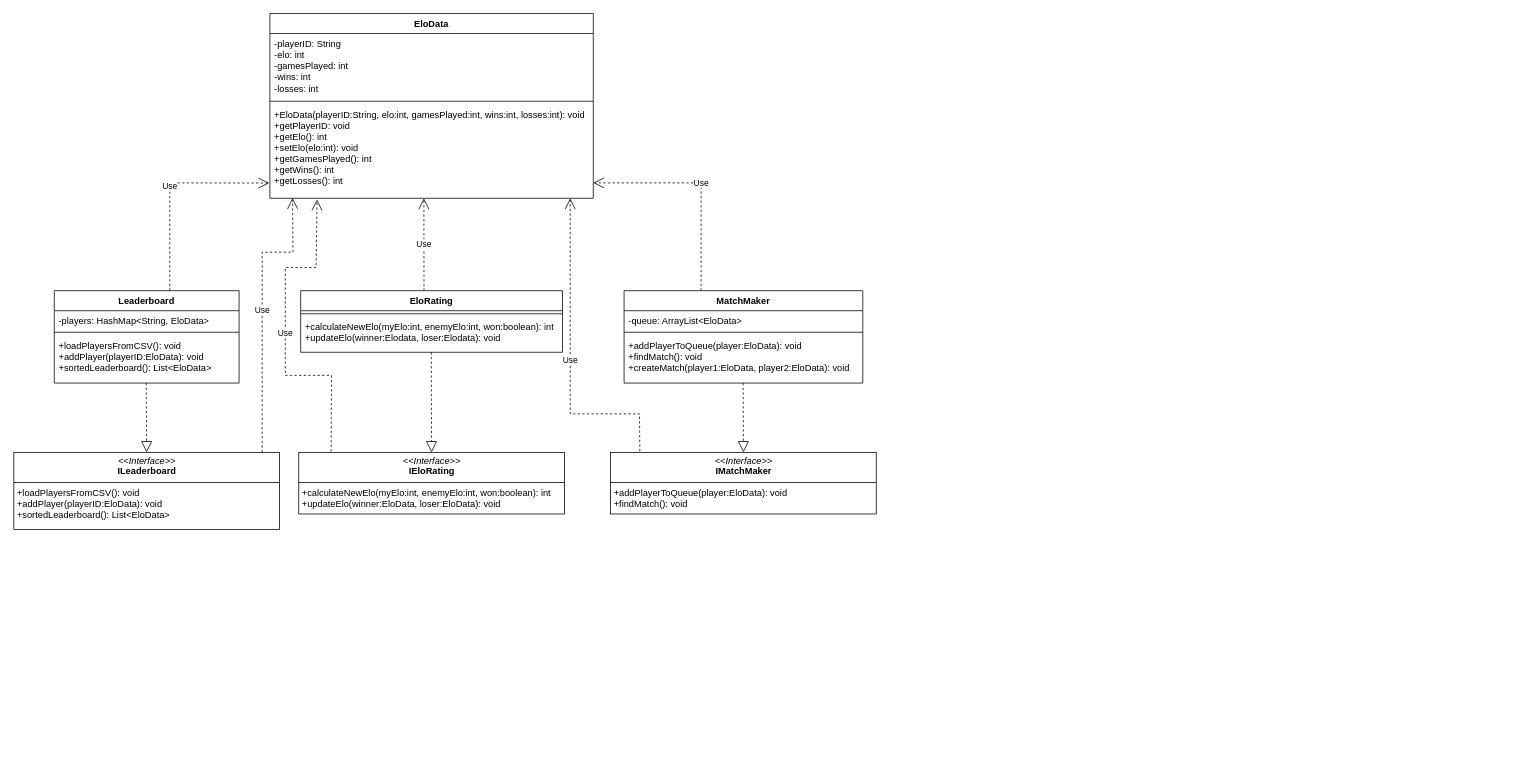
The draw.io diagram Class Diagrams/class_diagram_leaderboard.drawio in aeMyst/Minigame-Portal, before the edit. Source tidied: cells renumbered, new cells numbered last; positions are measured from the earlier drawing's top-left corner, leaving out a move shared by most shapes. Both pictures are drawn from the tidied source at 77%, with x=0, y=0 at pixel (14, 13).
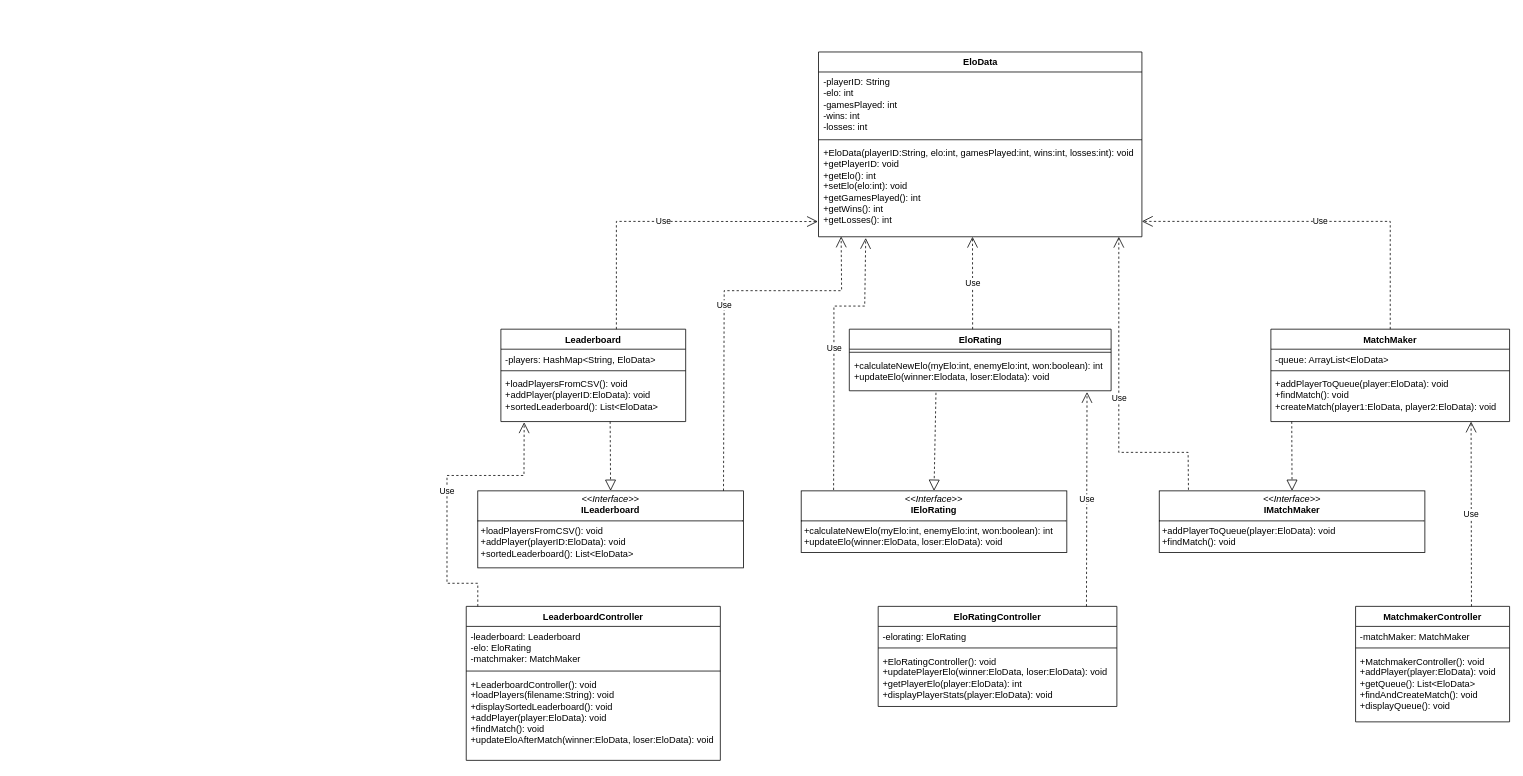
The same page after the edit.

Commit message (it also covers changes not shown here):
added 3 controller classes to class diagram for leaderboard branch

Unchanged cells that the change refers to:
```xml
<mxCell id="5" value="+EloData(playerID:String, elo:int, gamesPlayed:int, wins:int, losses:int): void&amp;nbsp;&lt;div&gt;+getPlayerID: void&amp;nbsp;&lt;/div&gt;&lt;div&gt;+getElo(): int&amp;nbsp;&lt;/div&gt;&lt;div&gt;+setElo(elo:int): void&amp;nbsp;&lt;/div&gt;&lt;div&gt;+getGamesPlayed(): int&amp;nbsp;&lt;/div&gt;&lt;div&gt;+getWins(): int&amp;nbsp;&lt;/div&gt;&lt;div&gt;+getLosses(): int &amp;nbsp;&lt;/div&gt;" style="text;strokeColor=none;fillColor=none;align=left;verticalAlign=top;spacingLeft=4;spacingRight=4;overflow=hidden;points=[[0,0.5],[1,0.5]];portConstraint=eastwest;whiteSpace=wrap;html=1;" parent="2" vertex="1">
  <mxGeometry y="118" width="420" height="122" as="geometry" />
</mxCell>
<mxCell id="8" value="+calculateNewElo(myElo:int, enemyElo:int, won:boolean): int&lt;div&gt;+updateElo(winner:Elodata, loser:Elodata): void&lt;/div&gt;" style="text;strokeColor=none;fillColor=none;align=left;verticalAlign=top;spacingLeft=4;spacingRight=4;overflow=hidden;points=[[0,0.5],[1,0.5]];portConstraint=eastwest;whiteSpace=wrap;html=1;" parent="6" vertex="1">
  <mxGeometry y="34" width="340" height="46" as="geometry" />
</mxCell>
<mxCell id="12" value="+loadPlayersFromCSV(): void&amp;nbsp;&lt;div&gt;+addPlayer(playerID:EloData): void&amp;nbsp;&lt;/div&gt;&lt;div&gt;+sortedLeaderboard(): List&amp;lt;EloData&amp;gt;&amp;nbsp;&lt;/div&gt;" style="text;strokeColor=none;fillColor=none;align=left;verticalAlign=top;spacingLeft=4;spacingRight=4;overflow=hidden;points=[[0,0.5],[1,0.5]];portConstraint=eastwest;whiteSpace=wrap;html=1;" parent="9" vertex="1">
  <mxGeometry y="58" width="240" height="62" as="geometry" />
</mxCell>
```

Change to the diagram source:
```diff
@@
     <mxCell id="2" value="EloData" style="swimlane;fontStyle=1;align=center;verticalAlign=top;horizontal=1;startSize=26;whiteSpace=wrap;html=1;" parent="1" vertex="1">
-      <mxGeometry x="332" width="420" height="240" as="geometry" />
+      <mxGeometry x="1044.5" y="50" width="420" height="240" as="geometry" />
     </mxCell>
@@
     <mxCell id="6" value="EloRating" style="swimlane;fontStyle=1;align=center;verticalAlign=top;horizontal=1;startSize=26;whiteSpace=wrap;html=1;" parent="1" vertex="1">
-      <mxGeometry x="372" y="360" width="340" height="80" as="geometry" />
+      <mxGeometry x="1084.5" y="410" width="340" height="80" as="geometry" />
     </mxCell>
@@
     <mxCell id="9" value="Leaderboard" style="swimlane;fontStyle=1;align=center;verticalAlign=top;horizontal=1;startSize=26;whiteSpace=wrap;html=1;" parent="1" vertex="1">
-      <mxGeometry x="52" y="360" width="240" height="120" as="geometry" />
+      <mxGeometry x="632" y="410" width="240" height="120" as="geometry" />
     </mxCell>
@@
     <mxCell id="13" value="MatchMaker" style="swimlane;fontStyle=1;align=center;verticalAlign=top;horizontal=1;startSize=26;whiteSpace=wrap;html=1;" parent="1" vertex="1">
-      <mxGeometry x="792" y="360" width="310" height="120" as="geometry" />
+      <mxGeometry x="1632" y="410" width="310" height="120" as="geometry" />
     </mxCell>
@@
     <mxCell id="17" value="&lt;p style=&quot;margin:0px;margin-top:4px;text-align:center;&quot;&gt;&lt;i&gt;&amp;lt;&amp;lt;Interface&amp;gt;&amp;gt;&lt;/i&gt;&lt;br&gt;&lt;b&gt;IEloRating&lt;/b&gt;&lt;/p&gt;&lt;hr size=&quot;1&quot; style=&quot;border-style:solid;&quot;&gt;&lt;p style=&quot;margin:0px;margin-left:4px;&quot;&gt;&lt;/p&gt;&lt;p style=&quot;margin:0px;margin-left:4px;&quot;&gt;+calculateNewElo(myElo:int, enemyElo:int, won:boolean): int&lt;/p&gt;&lt;p style=&quot;margin:0px;margin-left:4px;&quot;&gt;+updateElo(winner:EloData, loser:EloData): void&lt;/p&gt;" style="verticalAlign=top;align=left;overflow=fill;html=1;whiteSpace=wrap;" parent="1" vertex="1">
-      <mxGeometry x="369.5" y="570" width="345" height="80" as="geometry" />
+      <mxGeometry x="1022" y="620" width="345" height="80" as="geometry" />
     </mxCell>
     <mxCell id="18" value="&lt;p style=&quot;margin:0px;margin-top:4px;text-align:center;&quot;&gt;&lt;i&gt;&amp;lt;&amp;lt;Interface&amp;gt;&amp;gt;&lt;/i&gt;&lt;br&gt;&lt;b&gt;IMatchMaker&lt;/b&gt;&lt;/p&gt;&lt;hr size=&quot;1&quot; style=&quot;border-style:solid;&quot;&gt;&lt;p style=&quot;margin:0px;margin-left:4px;&quot;&gt;&lt;/p&gt;&lt;p style=&quot;margin:0px;margin-left:4px;&quot;&gt;+addPlayerToQueue(player:EloData): void&amp;nbsp;&lt;/p&gt;&lt;p style=&quot;margin:0px;margin-left:4px;&quot;&gt;+findMatch(): void&amp;nbsp;&lt;/p&gt;" style="verticalAlign=top;align=left;overflow=fill;html=1;whiteSpace=wrap;" parent="1" vertex="1">
-      <mxGeometry x="774.5" y="570" width="345" height="80" as="geometry" />
+      <mxGeometry x="1487" y="620" width="345" height="80" as="geometry" />
     </mxCell>
     <mxCell id="19" value="&lt;p style=&quot;margin:0px;margin-top:4px;text-align:center;&quot;&gt;&lt;i&gt;&amp;lt;&amp;lt;Interface&amp;gt;&amp;gt;&lt;/i&gt;&lt;br&gt;&lt;b&gt;ILeaderboard&lt;/b&gt;&lt;/p&gt;&lt;hr size=&quot;1&quot; style=&quot;border-style:solid;&quot;&gt;&lt;p style=&quot;margin:0px;margin-left:4px;&quot;&gt;&lt;/p&gt;&lt;p style=&quot;margin:0px;margin-left:4px;&quot;&gt;+loadPlayersFromCSV(): void&amp;nbsp;&lt;/p&gt;&lt;p style=&quot;margin:0px;margin-left:4px;&quot;&gt;+addPlayer(playerID:EloData): void&amp;nbsp;&lt;/p&gt;&lt;p style=&quot;margin:0px;margin-left:4px;&quot;&gt;+sortedLeaderboard(): List&amp;lt;EloData&amp;gt;&lt;/p&gt;" style="verticalAlign=top;align=left;overflow=fill;html=1;whiteSpace=wrap;" parent="1" vertex="1">
-      <mxGeometry x="-0.5" y="570" width="345" height="100" as="geometry" />
+      <mxGeometry x="602" y="620" width="345" height="100" as="geometry" />
     </mxCell>
     <mxCell id="20" style="endArrow=block;dashed=1;endFill=0;endSize=12;html=1;rounded=0;entryX=0.5;entryY=0;entryDx=0;entryDy=0;" parent="1" edge="1" target="19">
       <mxGeometry relative="1" as="geometry">
-        <mxPoint x="171.4" y="480" as="sourcePoint" />
+        <mxPoint x="773.9" y="530" as="sourcePoint" />
       </mxGeometry>
     </mxCell>
-    <mxCell id="21" style="endArrow=block;dashed=1;endFill=0;endSize=12;html=1;rounded=0;entryX=0.5;entryY=0;entryDx=0;entryDy=0;" parent="1" edge="1" target="17">
-      <mxGeometry relative="1" as="geometry">
-        <mxPoint x="541.6" y="440" as="sourcePoint" />
-      </mxGeometry>
+    <mxCell id="21" style="endArrow=block;dashed=1;endFill=0;endSize=12;html=1;rounded=0;entryX=0.5;entryY=0;entryDx=0;entryDy=0;exitX=0.331;exitY=1.056;exitDx=0;exitDy=0;exitPerimeter=0;" parent="1" edge="1" source="8" target="17">
+      <mxGeometry relative="1" as="geometry" />
     </mxCell>
     <mxCell id="22" style="endArrow=block;dashed=1;endFill=0;endSize=12;html=1;rounded=0;entryX=0.5;entryY=0;entryDx=0;entryDy=0;" parent="1" edge="1" target="18">
       <mxGeometry relative="1" as="geometry">
-        <mxPoint x="946.6" y="480" as="sourcePoint" />
+        <mxPoint x="1659.1" y="530" as="sourcePoint" />
       </mxGeometry>
     </mxCell>
     <mxCell id="23" value="Use" style="endArrow=open;endSize=12;dashed=1;html=1;rounded=0;exitX=0.625;exitY=0;exitDx=0;exitDy=0;exitPerimeter=0;entryX=-0.002;entryY=0.838;entryDx=0;entryDy=0;entryPerimeter=0;" parent="1" edge="1" source="9" target="5">
       <mxGeometry relative="1" as="geometry">
         <Array as="points">
-          <mxPoint x="202" y="220" />
+          <mxPoint x="782" y="270" />
         </Array>
       </mxGeometry>
     </mxCell>
     <mxCell id="24" value="Use" style="endArrow=open;endSize=12;dashed=1;html=1;rounded=0;exitX=0.471;exitY=0;exitDx=0;exitDy=0;exitPerimeter=0;" parent="1" edge="1" source="6">
       <mxGeometry relative="1" as="geometry">
-        <mxPoint x="532" y="240" as="targetPoint" />
+        <mxPoint x="1244.5" y="290" as="targetPoint" />
       </mxGeometry>
     </mxCell>
-    <mxCell id="25" value="Use" style="endArrow=open;endSize=12;dashed=1;html=1;rounded=0;exitX=0.625;exitY=0;exitDx=0;exitDy=0;exitPerimeter=0;" parent="1" edge="1">
+    <mxCell id="25" value="Use" style="endArrow=open;endSize=12;dashed=1;html=1;rounded=0;exitX=0.5;exitY=0;exitDx=0;exitDy=0;" parent="1" edge="1" source="13">
       <mxGeometry relative="1" as="geometry">
-        <mxPoint x="892" y="360" as="sourcePoint" />
-        <mxPoint x="752" y="220" as="targetPoint" />
+        <mxPoint x="1464.5" y="270" as="targetPoint" />
         <Array as="points">
-          <mxPoint x="892" y="220" />
+          <mxPoint x="1787" y="270" />
         </Array>
       </mxGeometry>
     </mxCell>
-    <mxCell id="26" value="Use" style="endArrow=open;endSize=12;dashed=1;html=1;rounded=0;entryX=0.07;entryY=0.997;entryDx=0;entryDy=0;entryPerimeter=0;" parent="1" edge="1" target="5">
+    <mxCell id="26" value="Use" style="endArrow=open;endSize=12;dashed=1;html=1;rounded=0;entryX=0.07;entryY=0.997;entryDx=0;entryDy=0;entryPerimeter=0;exitX=0.925;exitY=-0.001;exitDx=0;exitDy=0;exitPerimeter=0;" parent="1" edge="1" source="19" target="5">
       <mxGeometry relative="1" as="geometry">
-        <mxPoint x="322" y="570" as="sourcePoint" />
         <Array as="points">
-          <mxPoint x="322" y="310" />
-          <mxPoint x="362" y="310" />
+          <mxPoint x="922" y="360" />
+          <mxPoint x="1074.5" y="360" />
         </Array>
       </mxGeometry>
     </mxCell>
     <mxCell id="27" value="Use" style="endArrow=open;endSize=12;dashed=1;html=1;rounded=0;exitX=0.11;exitY=-0.017;exitDx=0;exitDy=0;exitPerimeter=0;" parent="1" edge="1" source="18">
       <mxGeometry relative="1" as="geometry">
-        <mxPoint x="722" y="240" as="targetPoint" />
+        <mxPoint x="1434.5" y="290" as="targetPoint" />
         <Array as="points">
-          <mxPoint x="812" y="520" />
-          <mxPoint x="722" y="520" />
+          <mxPoint x="1524.5" y="570" />
+          <mxPoint x="1434.5" y="570" />
         </Array>
       </mxGeometry>
     </mxCell>
     <mxCell id="28" value="Use" style="endArrow=open;endSize=12;dashed=1;html=1;rounded=0;entryX=0.146;entryY=1.013;entryDx=0;entryDy=0;entryPerimeter=0;exitX=0.122;exitY=-0.014;exitDx=0;exitDy=0;exitPerimeter=0;" parent="1" edge="1" source="17" target="5">
       <mxGeometry relative="1" as="geometry">
         <Array as="points">
-          <mxPoint x="412" y="470" />
-          <mxPoint x="352" y="470" />
-          <mxPoint x="352" y="330" />
-          <mxPoint x="392" y="330" />
+          <mxPoint x="1064.5" y="520" />
+          <mxPoint x="1064.5" y="380" />
+          <mxPoint x="1104.5" y="380" />
         </Array>
       </mxGeometry>
     </mxCell>
+    <mxCell id="29" value="EloRatingController" style="swimlane;fontStyle=1;align=center;verticalAlign=top;horizontal=1;startSize=26;whiteSpace=wrap;html=1;" parent="1" vertex="1">
+      <mxGeometry x="1122" y="770" width="310" height="130" as="geometry" />
+    </mxCell>
+    <mxCell id="30" value="-elorating: EloRating" style="text;strokeColor=none;fillColor=none;align=left;verticalAlign=top;spacingLeft=4;spacingRight=4;overflow=hidden;whiteSpace=wrap;html=1;" parent="29" vertex="1">
+      <mxGeometry y="26" width="310" height="24" as="geometry" />
+    </mxCell>
+    <mxCell id="31" style="line;strokeWidth=1;fillColor=none;align=left;verticalAlign=middle;spacingTop=-1;spacingLeft=3;spacingRight=3;labelPosition=right;strokeColor=inherit;" parent="29" vertex="1">
+      <mxGeometry y="50" width="310" height="8" as="geometry" />
+    </mxCell>
+    <mxCell id="32" value="+EloRatingController(): void&amp;nbsp;&lt;div&gt;+updatePlayerElo(winner:EloData, loser:EloData): void&amp;nbsp;&lt;/div&gt;&lt;div&gt;+getPlayerElo(player:EloData): int&amp;nbsp;&lt;/div&gt;&lt;div&gt;+displayPlayerStats(player:EloData): void&lt;/div&gt;" style="text;strokeColor=none;fillColor=none;align=left;verticalAlign=top;spacingLeft=4;spacingRight=4;overflow=hidden;whiteSpace=wrap;html=1;" parent="29" vertex="1">
+      <mxGeometry y="58" width="310" height="72" as="geometry" />
+    </mxCell>
+    <mxCell id="33" value="Use" style="endArrow=open;endSize=12;dashed=1;html=1;rounded=0;exitX=0.471;exitY=0;exitDx=0;exitDy=0;exitPerimeter=0;entryX=0.908;entryY=1.036;entryDx=0;entryDy=0;entryPerimeter=0;" parent="1" edge="1" target="8">
+      <mxGeometry relative="1" as="geometry">
+        <mxPoint x="1392.5" y="770" as="sourcePoint" />
+      </mxGeometry>
+    </mxCell>
+    <mxCell id="34" value="MatchmakerController" style="swimlane;fontStyle=1;align=center;verticalAlign=top;horizontal=1;startSize=26;whiteSpace=wrap;html=1;" parent="1" vertex="1">
+      <mxGeometry x="1742" y="770" width="200" height="150" as="geometry" />
+    </mxCell>
+    <mxCell id="35" value="-matchMaker: MatchMaker" style="text;strokeColor=none;fillColor=none;align=left;verticalAlign=top;spacingLeft=4;spacingRight=4;overflow=hidden;whiteSpace=wrap;html=1;" parent="34" vertex="1">
+      <mxGeometry y="26" width="200" height="24" as="geometry" />
+    </mxCell>
+    <mxCell id="36" style="line;strokeWidth=1;fillColor=none;align=left;verticalAlign=middle;spacingTop=-1;spacingLeft=3;spacingRight=3;labelPosition=right;strokeColor=inherit;" parent="34" vertex="1">
+      <mxGeometry y="50" width="200" height="8" as="geometry" />
+    </mxCell>
+    <mxCell id="37" value="+MatchmakerController(): void&amp;nbsp;&lt;div&gt;+addPlayer(player:EloData): void&amp;nbsp;&lt;/div&gt;&lt;div&gt;+getQueue(): List&amp;lt;EloData&amp;gt;&lt;/div&gt;&lt;div&gt;+findAndCreateMatch(): void&amp;nbsp;&lt;/div&gt;&lt;div&gt;+displayQueue(): void&lt;/div&gt;" style="text;strokeColor=none;fillColor=none;align=left;verticalAlign=top;spacingLeft=4;spacingRight=4;overflow=hidden;whiteSpace=wrap;html=1;" parent="34" vertex="1">
+      <mxGeometry y="58" width="200" height="92" as="geometry" />
+    </mxCell>
+    <mxCell id="38" value="Use" style="endArrow=open;endSize=12;dashed=1;html=1;rounded=0;entryX=0.908;entryY=1.036;entryDx=0;entryDy=0;entryPerimeter=0;" parent="1" edge="1">
+      <mxGeometry relative="1" as="geometry">
+        <mxPoint x="1892.5" y="770" as="sourcePoint" />
+        <mxPoint x="1892" y="530" as="targetPoint" />
+      </mxGeometry>
+    </mxCell>
+    <mxCell id="39" value="LeaderboardController" style="swimlane;fontStyle=1;align=center;verticalAlign=top;horizontal=1;startSize=26;whiteSpace=wrap;html=1;" parent="1" vertex="1">
+      <mxGeometry x="587" y="770" width="330" height="200" as="geometry" />
+    </mxCell>
+    <mxCell id="40" value="-leaderboard: Leaderboard&amp;nbsp;&lt;div&gt;-elo: EloRating&amp;nbsp;&lt;/div&gt;&lt;div&gt;-matchmaker: MatchMaker&lt;/div&gt;" style="text;strokeColor=none;fillColor=none;align=left;verticalAlign=top;spacingLeft=4;spacingRight=4;overflow=hidden;whiteSpace=wrap;html=1;" parent="39" vertex="1">
+      <mxGeometry y="26" width="330" height="54" as="geometry" />
+    </mxCell>
+    <mxCell id="41" style="line;strokeWidth=1;fillColor=none;align=left;verticalAlign=middle;spacingTop=-1;spacingLeft=3;spacingRight=3;labelPosition=right;strokeColor=inherit;" parent="39" vertex="1">
+      <mxGeometry y="80" width="330" height="8" as="geometry" />
+    </mxCell>
+    <mxCell id="42" value="+LeaderboardController(): void&amp;nbsp;&lt;div&gt;+loadPlayers(filename:String): void&amp;nbsp;&lt;/div&gt;&lt;div&gt;+displaySortedLeaderboard(): void&amp;nbsp;&lt;/div&gt;&lt;div&gt;+addPlayer(player:EloData): void&amp;nbsp;&lt;/div&gt;&lt;div&gt;+findMatch(): void&amp;nbsp;&lt;/div&gt;&lt;div&gt;+updateEloAfterMatch(winner:EloData, loser:EloData): void&lt;/div&gt;" style="text;strokeColor=none;fillColor=none;align=left;verticalAlign=top;spacingLeft=4;spacingRight=4;overflow=hidden;whiteSpace=wrap;html=1;" parent="39" vertex="1">
+      <mxGeometry y="88" width="330" height="112" as="geometry" />
+    </mxCell>
+    <mxCell id="43" value="Use" style="endArrow=open;endSize=12;dashed=1;html=1;rounded=0;exitX=0.11;exitY=-0.017;exitDx=0;exitDy=0;exitPerimeter=0;entryX=0.126;entryY=1.015;entryDx=0;entryDy=0;entryPerimeter=0;" parent="1" edge="1" target="12">
+      <mxGeometry relative="1" as="geometry">
+        <mxPoint x="602" y="770" as="sourcePoint" />
+        <Array as="points">
+          <mxPoint x="602" y="740" />
+          <mxPoint x="562" y="740" />
+          <mxPoint x="562" y="600" />
+          <mxPoint x="662" y="600" />
+        </Array>
+      </mxGeometry>
+    </mxCell>
```
